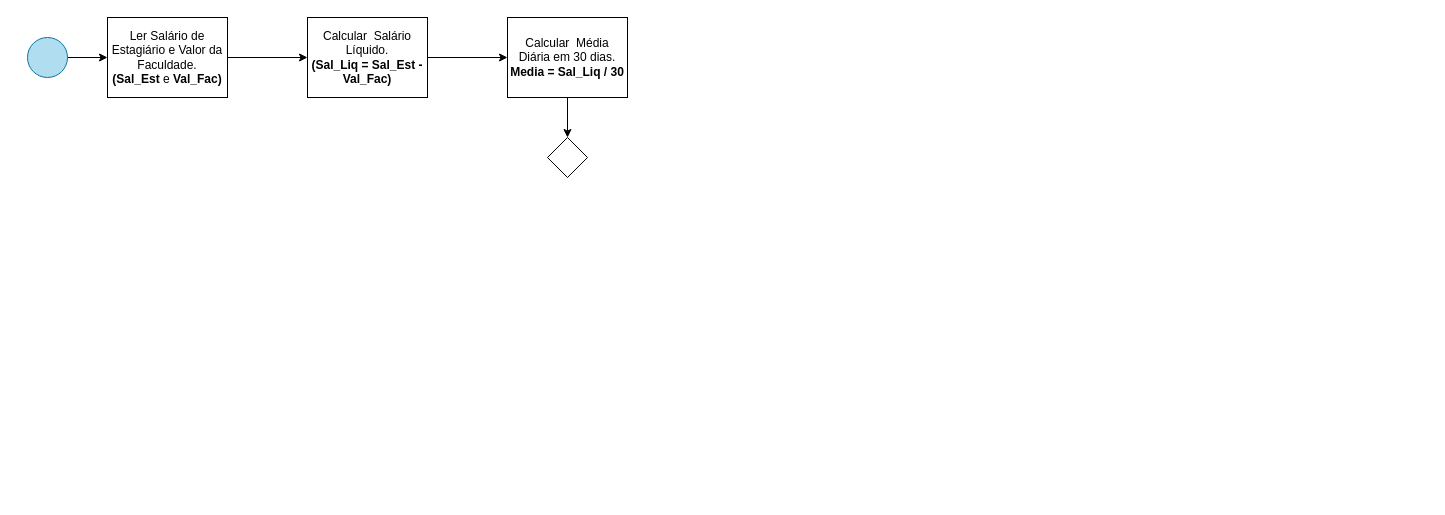
This is page "Exercício 7" (1 of 2) of Lista 01 - diagramas.drawio from walleskaflima/sptech_activities, a draw.io file, before an edit. Source tidied: cells renumbered, new cells numbered last; positions are measured from the earlier drawing's top-left corner, leaving out a move shared by most shapes. Both pictures are drawn from the tidied source at 100%, with x=0, y=0 at pixel (27, 17).
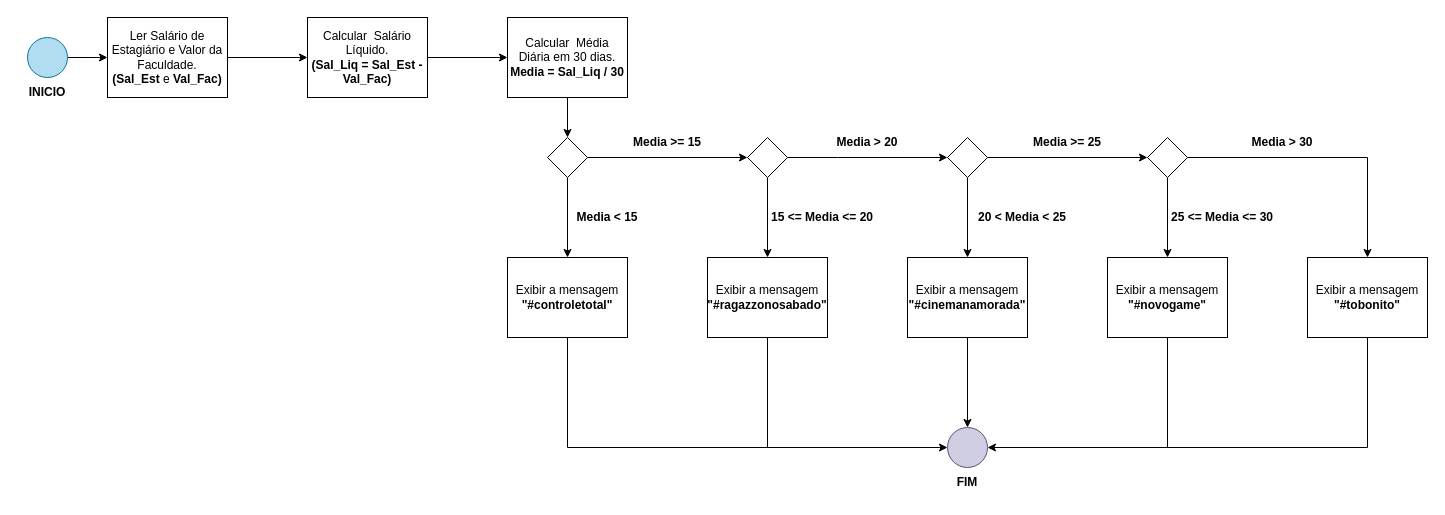
Above is the later version.

Unchanged cells that the change refers to:
```xml
<mxCell id="10" style="rhombus;whiteSpace=wrap;html=1;" parent="1" vertex="1">
  <mxGeometry x="520" y="120" width="40" height="40" as="geometry" />
</mxCell>
```

Change to the diagram source:
```diff
@@
+    <mxCell id="11" style="edgeStyle=orthogonalEdgeStyle;rounded=0;jettySize=auto;html=1;" parent="1" edge="1" source="10" target="14">
+      <mxGeometry relative="1" as="geometry" />
+    </mxCell>
+    <mxCell id="12" style="edgeStyle=orthogonalEdgeStyle;rounded=0;jettySize=auto;html=1;" parent="1" edge="1" source="10" target="17">
+      <mxGeometry relative="1" as="geometry" />
+    </mxCell>
@@
+    <mxCell id="13" style="edgeStyle=orthogonalEdgeStyle;rounded=0;jettySize=auto;html=1;exitX=0.5;exitY=1;exitDx=0;exitDy=0;entryX=0;entryY=0.5;entryDx=0;entryDy=0;" parent="1" edge="1" source="14" target="19">
+      <mxGeometry relative="1" as="geometry" />
+    </mxCell>
+    <mxCell id="14" value="Exibir a mensagem&lt;br&gt;&lt;b&gt;&quot;#controletotal&quot;&lt;/b&gt;" style="whiteSpace=wrap;html=1;" parent="1" vertex="1">
+      <mxGeometry x="480" y="240" width="120" height="80" as="geometry" />
+    </mxCell>
+    <mxCell id="15" style="edgeStyle=orthogonalEdgeStyle;rounded=0;jettySize=auto;html=1;" parent="1" edge="1" source="17" target="20">
+      <mxGeometry relative="1" as="geometry" />
+    </mxCell>
+    <mxCell id="16" style="edgeStyle=orthogonalEdgeStyle;rounded=0;jettySize=auto;html=1;" parent="1" edge="1" source="17">
+      <mxGeometry relative="1" as="geometry">
+        <mxPoint x="920" y="140" as="targetPoint" />
+        <Array as="points">
+          <mxPoint x="810" y="140" />
+          <mxPoint x="810" y="140" />
+        </Array>
+      </mxGeometry>
+    </mxCell>
+    <mxCell id="17" style="rhombus;whiteSpace=wrap;html=1;" parent="1" vertex="1">
+      <mxGeometry x="720" y="120" width="40" height="40" as="geometry" />
+    </mxCell>
+    <mxCell id="18" value="&lt;b style=&quot;border-color: var(--border-color);&quot;&gt;Media &amp;lt; 15&lt;/b&gt;" style="text;html=1;strokeColor=none;fillColor=none;align=center;verticalAlign=middle;whiteSpace=wrap;rounded=0;" parent="1" vertex="1">
+      <mxGeometry x="530" y="160" width="100" height="80" as="geometry" />
+    </mxCell>
+    <mxCell id="19" style="ellipse;whiteSpace=wrap;html=1;fillColor=#d0cee2;strokeColor=#56517e;" parent="1" vertex="1">
+      <mxGeometry x="920" y="410" width="40" height="40" as="geometry" />
+    </mxCell>
+    <mxCell id="20" value="Exibir a mensagem&lt;br style=&quot;border-color: var(--border-color);&quot;&gt;&lt;b style=&quot;border-color: var(--border-color);&quot;&gt;&quot;#ragazzonosabado&quot;&lt;/b&gt;" style="whiteSpace=wrap;html=1;" parent="1" vertex="1">
+      <mxGeometry x="680" y="240" width="120" height="80" as="geometry" />
+    </mxCell>
+    <mxCell id="21" value="&lt;b style=&quot;border-color: var(--border-color);&quot;&gt;Media &amp;gt;= 15&lt;/b&gt;" style="text;html=1;strokeColor=none;fillColor=none;align=center;verticalAlign=middle;whiteSpace=wrap;rounded=0;" parent="1" vertex="1">
+      <mxGeometry x="600" y="110" width="80" height="30" as="geometry" />
+    </mxCell>
+    <mxCell id="22" value="&lt;div&gt;&lt;b&gt;15 &amp;lt;= Media &amp;lt;= 20&lt;/b&gt;&lt;/div&gt;" style="text;html=1;strokeColor=none;fillColor=none;align=center;verticalAlign=middle;whiteSpace=wrap;rounded=0;" parent="1" vertex="1">
+      <mxGeometry x="730" y="160" width="130" height="80" as="geometry" />
+    </mxCell>
+    <mxCell id="23" style="edgeStyle=orthogonalEdgeStyle;rounded=0;jettySize=auto;html=1;" parent="1" edge="1" source="25" target="28">
+      <mxGeometry relative="1" as="geometry" />
+    </mxCell>
+    <mxCell id="24" style="edgeStyle=orthogonalEdgeStyle;rounded=0;jettySize=auto;html=1;" parent="1" edge="1" source="25" target="32">
+      <mxGeometry relative="1" as="geometry" />
+    </mxCell>
+    <mxCell id="25" style="rhombus;whiteSpace=wrap;html=1;" parent="1" vertex="1">
+      <mxGeometry x="920" y="120" width="40" height="40" as="geometry" />
+    </mxCell>
+    <mxCell id="26" value="&lt;b style=&quot;border-color: var(--border-color);&quot;&gt;Media &amp;gt; 20&lt;/b&gt;" style="text;html=1;strokeColor=none;fillColor=none;align=center;verticalAlign=middle;whiteSpace=wrap;rounded=0;" parent="1" vertex="1">
+      <mxGeometry x="800" y="110" width="80" height="30" as="geometry" />
+    </mxCell>
+    <mxCell id="27" style="edgeStyle=orthogonalEdgeStyle;rounded=0;jettySize=auto;html=1;exitX=0.5;exitY=1;exitDx=0;exitDy=0;entryX=0.5;entryY=0;entryDx=0;entryDy=0;" parent="1" edge="1" source="28" target="19">
+      <mxGeometry relative="1" as="geometry" />
+    </mxCell>
+    <mxCell id="28" value="Exibir a mensagem&lt;br style=&quot;border-color: var(--border-color);&quot;&gt;&lt;b style=&quot;border-color: var(--border-color);&quot;&gt;&quot;#cinemanamorada&quot;&lt;/b&gt;" style="whiteSpace=wrap;html=1;" parent="1" vertex="1">
+      <mxGeometry x="880" y="240" width="120" height="80" as="geometry" />
+    </mxCell>
+    <mxCell id="29" value="&lt;div&gt;&lt;b&gt;20 &amp;lt; Media &amp;lt; 25&lt;/b&gt;&lt;/div&gt;" style="text;html=1;strokeColor=none;fillColor=none;align=center;verticalAlign=middle;whiteSpace=wrap;rounded=0;" parent="1" vertex="1">
+      <mxGeometry x="930" y="160" width="130" height="80" as="geometry" />
+    </mxCell>
+    <mxCell id="30" style="edgeStyle=orthogonalEdgeStyle;rounded=0;jettySize=auto;html=1;" parent="1" edge="1" source="32" target="34">
+      <mxGeometry relative="1" as="geometry" />
+    </mxCell>
+    <mxCell id="31" style="edgeStyle=orthogonalEdgeStyle;rounded=0;jettySize=auto;html=1;entryX=0.5;entryY=0;entryDx=0;entryDy=0;" parent="1" edge="1" source="32" target="37">
+      <mxGeometry relative="1" as="geometry" />
+    </mxCell>
+    <mxCell id="32" style="rhombus;whiteSpace=wrap;html=1;" parent="1" vertex="1">
+      <mxGeometry x="1120" y="120" width="40" height="40" as="geometry" />
+    </mxCell>
+    <mxCell id="33" value="&lt;b style=&quot;border-color: var(--border-color);&quot;&gt;Media &amp;gt;= 25&lt;/b&gt;" style="text;html=1;strokeColor=none;fillColor=none;align=center;verticalAlign=middle;whiteSpace=wrap;rounded=0;" parent="1" vertex="1">
+      <mxGeometry x="1000" y="110" width="80" height="30" as="geometry" />
+    </mxCell>
+    <mxCell id="34" value="Exibir a mensagem&lt;br style=&quot;border-color: var(--border-color);&quot;&gt;&lt;b style=&quot;border-color: var(--border-color);&quot;&gt;&quot;#novogame&quot;&lt;/b&gt;" style="whiteSpace=wrap;html=1;" parent="1" vertex="1">
+      <mxGeometry x="1080" y="240" width="120" height="80" as="geometry" />
+    </mxCell>
+    <mxCell id="35" value="&lt;div&gt;&lt;b&gt;25 &amp;lt;= Media &amp;lt;= 30&lt;/b&gt;&lt;/div&gt;" style="text;html=1;strokeColor=none;fillColor=none;align=center;verticalAlign=middle;whiteSpace=wrap;rounded=0;" parent="1" vertex="1">
+      <mxGeometry x="1130" y="160" width="130" height="80" as="geometry" />
+    </mxCell>
+    <mxCell id="36" style="edgeStyle=orthogonalEdgeStyle;rounded=0;jettySize=auto;html=1;exitX=0.5;exitY=1;exitDx=0;exitDy=0;entryX=1;entryY=0.5;entryDx=0;entryDy=0;" parent="1" edge="1" source="37" target="19">
+      <mxGeometry relative="1" as="geometry" />
+    </mxCell>
+    <mxCell id="37" value="Exibir a mensagem&lt;br style=&quot;border-color: var(--border-color);&quot;&gt;&lt;b style=&quot;border-color: var(--border-color);&quot;&gt;&quot;#tobonito&quot;&lt;/b&gt;" style="rounded=0;whiteSpace=wrap;html=1;" parent="1" vertex="1">
+      <mxGeometry x="1280" y="240" width="120" height="80" as="geometry" />
+    </mxCell>
+    <mxCell id="38" value="&lt;div&gt;&lt;b&gt;Media &amp;gt; 30&lt;/b&gt;&lt;/div&gt;" style="text;html=1;strokeColor=none;fillColor=none;align=center;verticalAlign=middle;whiteSpace=wrap;rounded=0;" parent="1" vertex="1">
+      <mxGeometry x="1190" y="112.5" width="130" height="25" as="geometry" />
+    </mxCell>
+    <mxCell id="39" style="endArrow=none;html=1;rounded=0;entryX=0.5;entryY=1;entryDx=0;entryDy=0;" parent="1" edge="1" target="20">
+      <mxGeometry relative="1" as="geometry">
+        <mxPoint x="740" y="430" as="sourcePoint" />
+      </mxGeometry>
+    </mxCell>
+    <mxCell id="40" style="endArrow=none;html=1;rounded=0;entryX=0.5;entryY=1;entryDx=0;entryDy=0;" parent="1" edge="1" target="34">
+      <mxGeometry relative="1" as="geometry">
+        <mxPoint x="1140" y="430" as="sourcePoint" />
+      </mxGeometry>
+    </mxCell>
+    <mxCell id="41" value="&lt;b&gt;FIM&lt;/b&gt;" style="text;html=1;strokeColor=none;fillColor=none;align=center;verticalAlign=middle;whiteSpace=wrap;rounded=0;" parent="1" vertex="1">
+      <mxGeometry x="910" y="450" width="60" height="30" as="geometry" />
+    </mxCell>
+    <mxCell id="42" value="&lt;b&gt;INICIO&lt;/b&gt;" style="text;html=1;strokeColor=none;fillColor=none;align=center;verticalAlign=middle;whiteSpace=wrap;rounded=0;" parent="1" vertex="1">
+      <mxGeometry x="-10" y="60" width="60" height="30" as="geometry" />
+    </mxCell>
```
